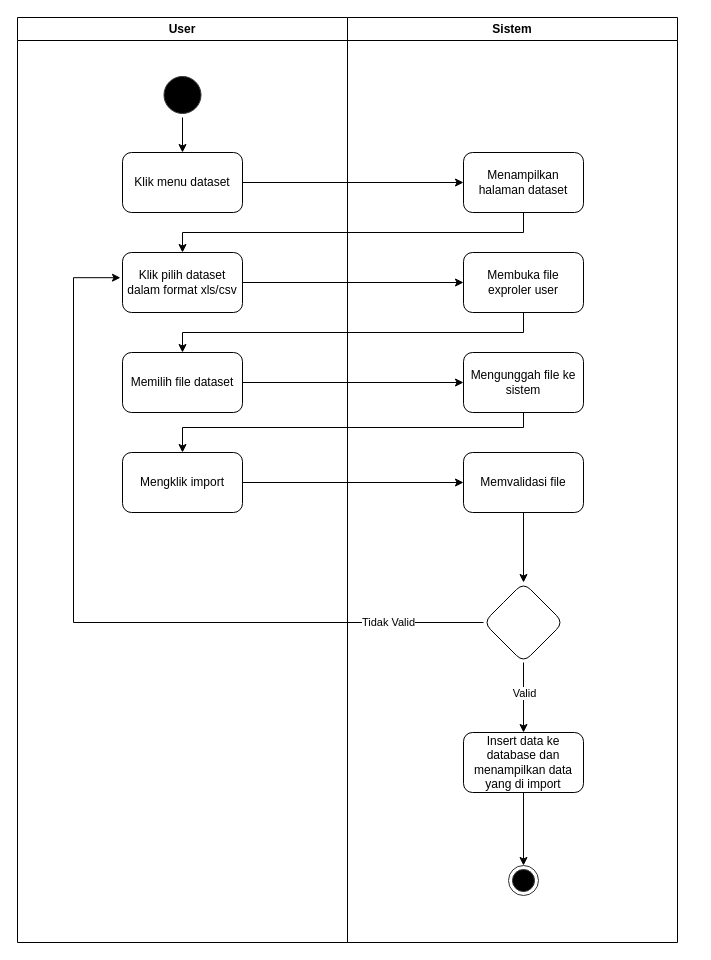
The draw.io diagram Activity Diagram/master/activity-diagram-dataset.drawio in chandrarafi/uml-chintia, before the edit. Source tidied: cells renumbered, new cells numbered last; positions are measured from the earlier drawing's top-left corner, leaving out a move shared by most shapes. Both pictures are drawn from the tidied source at 100%, with x=0, y=0 at pixel (17, 17).
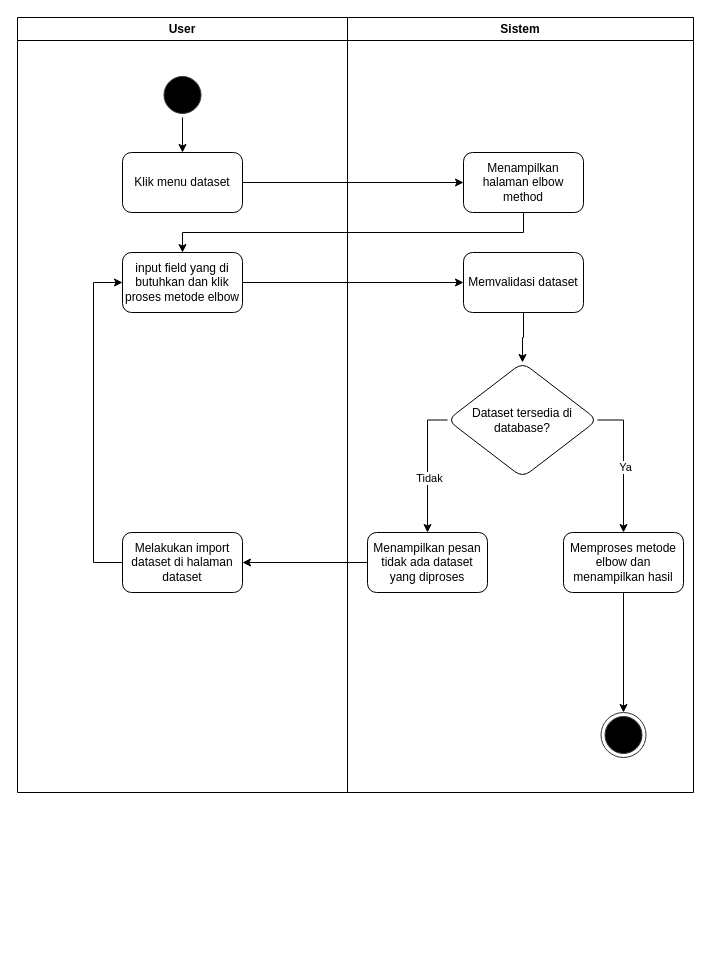
The same diagram, later.

What changed in the source:
```diff
@@
     <mxCell id="2" value="User" style="swimlane;whiteSpace=wrap;html=1;" parent="1" vertex="1">
-      <mxGeometry width="330" height="925" as="geometry" />
+      <mxGeometry width="330" height="775" as="geometry" />
     </mxCell>
@@
-    <mxCell id="6" value="Klik pilih dataset dalam format xls/csv" style="rounded=1;whiteSpace=wrap;html=1;" parent="2" vertex="1">
+    <mxCell id="6" value="input field yang di butuhkan dan klik proses metode elbow" style="rounded=1;whiteSpace=wrap;html=1;" parent="2" vertex="1">
       <mxGeometry x="105" y="235" width="120" height="60" as="geometry" />
     </mxCell>
-    <mxCell id="7" value="Memilih file dataset" style="rounded=1;whiteSpace=wrap;html=1;" parent="2" vertex="1">
-      <mxGeometry x="105" y="335" width="120" height="60" as="geometry" />
-    </mxCell>
-    <mxCell id="8" value="Mengklik import" style="rounded=1;whiteSpace=wrap;html=1;" parent="2" vertex="1">
-      <mxGeometry x="105" y="435" width="120" height="60" as="geometry" />
-    </mxCell>
+    <mxCell id="30" style="edgeStyle=orthogonalEdgeStyle;rounded=0;jettySize=auto;html=1;entryX=0;entryY=0.5;entryDx=0;entryDy=0;" parent="2" edge="1" source="31" target="6">
+      <mxGeometry relative="1" as="geometry">
+        <Array as="points">
+          <mxPoint x="76" y="545" />
+          <mxPoint x="76" y="265" />
+        </Array>
+      </mxGeometry>
+    </mxCell>
+    <mxCell id="31" value="Melakukan import dataset di halaman dataset" style="rounded=1;whiteSpace=wrap;html=1;" parent="2" vertex="1">
+      <mxGeometry x="105" y="515" width="120" height="60" as="geometry" />
+    </mxCell>
     <mxCell id="9" value="Sistem" style="swimlane;whiteSpace=wrap;html=1;" parent="1" vertex="1">
-      <mxGeometry x="330" width="330" height="925" as="geometry" />
+      <mxGeometry x="330" width="346" height="775" as="geometry" />
     </mxCell>
-    <mxCell id="10" value="Menampilkan halaman dataset" style="rounded=1;whiteSpace=wrap;html=1;" parent="9" vertex="1">
+    <mxCell id="10" value="Menampilkan halaman elbow method" style="rounded=1;whiteSpace=wrap;html=1;" parent="9" vertex="1">
       <mxGeometry x="116" y="135" width="120" height="60" as="geometry" />
     </mxCell>
+    <mxCell id="32" style="edgeStyle=orthogonalEdgeStyle;rounded=0;jettySize=auto;html=1;exitX=0.5;exitY=1;exitDx=0;exitDy=0;entryX=0.5;entryY=0;entryDx=0;entryDy=0;" parent="9" edge="1" source="11" target="17">
+      <mxGeometry relative="1" as="geometry" />
+    </mxCell>
-    <mxCell id="11" value="Membuka file exproler user" style="rounded=1;whiteSpace=wrap;html=1;" parent="9" vertex="1">
+    <mxCell id="11" value="Memvalidasi dataset" style="rounded=1;whiteSpace=wrap;html=1;" parent="9" vertex="1">
       <mxGeometry x="116" y="235" width="120" height="60" as="geometry" />
     </mxCell>
-    <mxCell id="12" value="Mengunggah file ke sistem" style="rounded=1;whiteSpace=wrap;html=1;" parent="9" vertex="1">
-      <mxGeometry x="116" y="335" width="120" height="60" as="geometry" />
-    </mxCell>
-    <mxCell id="13" style="edgeStyle=orthogonalEdgeStyle;rounded=0;jettySize=auto;html=1;" parent="9" edge="1" source="14" target="17">
-      <mxGeometry relative="1" as="geometry" />
-    </mxCell>
-    <mxCell id="14" value="Memvalidasi file" style="rounded=1;whiteSpace=wrap;html=1;" parent="9" vertex="1">
-      <mxGeometry x="116" y="435" width="120" height="60" as="geometry" />
-    </mxCell>
-    <mxCell id="15" style="edgeStyle=orthogonalEdgeStyle;rounded=0;jettySize=auto;html=1;entryX=0.5;entryY=0;entryDx=0;entryDy=0;" parent="9" edge="1" source="17" target="19">
-      <mxGeometry relative="1" as="geometry" />
-    </mxCell>
-    <mxCell id="16" value="Valid" style="edgeLabel;html=1;align=center;verticalAlign=middle;" parent="15" vertex="1">
-      <mxGeometry x="-0.13" relative="1" as="geometry" />
-    </mxCell>
+    <mxCell id="33" style="edgeStyle=orthogonalEdgeStyle;rounded=0;jettySize=auto;html=1;exitX=1;exitY=0.5;exitDx=0;exitDy=0;entryX=0.5;entryY=0;entryDx=0;entryDy=0;" parent="9" edge="1" source="17" target="38">
+      <mxGeometry relative="1" as="geometry" />
+    </mxCell>
+    <mxCell id="34" value="Ya" style="edgeLabel;html=1;align=center;verticalAlign=middle;" parent="33" vertex="1">
+      <mxGeometry x="0.05" y="1" relative="1" as="geometry" />
+    </mxCell>
+    <mxCell id="35" style="edgeStyle=orthogonalEdgeStyle;rounded=0;jettySize=auto;html=1;exitX=0;exitY=0.5;exitDx=0;exitDy=0;entryX=0.5;entryY=0;entryDx=0;entryDy=0;" parent="9" edge="1" source="17" target="39">
+      <mxGeometry relative="1" as="geometry" />
+    </mxCell>
+    <mxCell id="36" value="Tidak" style="edgeLabel;html=1;align=center;verticalAlign=middle;" parent="35" vertex="1">
+      <mxGeometry x="0.18" y="1" relative="1" as="geometry" />
+    </mxCell>
-    <mxCell id="17" style="rhombus;whiteSpace=wrap;html=1;rounded=1;" parent="9" vertex="1">
-      <mxGeometry x="136" y="565" width="80" height="80" as="geometry" />
+    <mxCell id="17" value="Dataset tersedia di database?" style="rhombus;whiteSpace=wrap;html=1;rounded=1;" parent="9" vertex="1">
+      <mxGeometry x="100" y="345" width="150" height="115" as="geometry" />
     </mxCell>
-    <mxCell id="18" style="edgeStyle=orthogonalEdgeStyle;rounded=0;jettySize=auto;html=1;exitX=0.5;exitY=1;exitDx=0;exitDy=0;entryX=0.5;entryY=0;entryDx=0;entryDy=0;" parent="9" edge="1" source="19" target="20">
-      <mxGeometry relative="1" as="geometry" />
-    </mxCell>
-    <mxCell id="19" value="Insert data ke database dan menampilkan data yang di import" style="rounded=1;whiteSpace=wrap;html=1;" parent="9" vertex="1">
-      <mxGeometry x="116" y="715" width="120" height="60" as="geometry" />
-    </mxCell>
-    <mxCell id="20" style="ellipse;html=1;shape=endState;fillColor=#000000;strokeColor=#333333;" parent="9" vertex="1">
-      <mxGeometry x="161" y="848" width="30" height="30" as="geometry" />
-    </mxCell>
+    <mxCell id="37" style="edgeStyle=orthogonalEdgeStyle;rounded=0;jettySize=auto;html=1;entryX=0.5;entryY=0;entryDx=0;entryDy=0;" parent="9" edge="1" source="38" target="40">
+      <mxGeometry relative="1" as="geometry" />
+    </mxCell>
+    <mxCell id="38" value="Memproses metode elbow dan menampilkan hasil" style="rounded=1;whiteSpace=wrap;html=1;" parent="9" vertex="1">
+      <mxGeometry x="216" y="515" width="120" height="60" as="geometry" />
+    </mxCell>
+    <mxCell id="39" value="Menampilkan pesan tidak ada dataset yang diproses" style="rounded=1;whiteSpace=wrap;html=1;" parent="9" vertex="1">
+      <mxGeometry x="20" y="515" width="120" height="60" as="geometry" />
+    </mxCell>
+    <mxCell id="40" style="ellipse;html=1;shape=endState;fillColor=#000000;strokeColor=#333333;" parent="9" vertex="1">
+      <mxGeometry x="253.5" y="695" width="45" height="45" as="geometry" />
+    </mxCell>
@@
-    <mxCell id="24" style="edgeStyle=orthogonalEdgeStyle;rounded=0;jettySize=auto;html=1;" parent="1" edge="1" source="11" target="7">
-      <mxGeometry relative="1" as="geometry">
-        <Array as="points">
-          <mxPoint x="506" y="315" />
-          <mxPoint x="165" y="315" />
-        </Array>
-      </mxGeometry>
-    </mxCell>
-    <mxCell id="25" style="edgeStyle=orthogonalEdgeStyle;rounded=0;jettySize=auto;html=1;" parent="1" edge="1" source="7" target="12">
-      <mxGeometry relative="1" as="geometry" />
-    </mxCell>
-    <mxCell id="26" style="edgeStyle=orthogonalEdgeStyle;rounded=0;jettySize=auto;html=1;exitX=0.5;exitY=1;exitDx=0;exitDy=0;entryX=0.5;entryY=0;entryDx=0;entryDy=0;" parent="1" edge="1" source="12" target="8">
-      <mxGeometry relative="1" as="geometry">
-        <Array as="points">
-          <mxPoint x="506" y="410" />
-          <mxPoint x="165" y="410" />
-        </Array>
-      </mxGeometry>
-    </mxCell>
-    <mxCell id="27" style="edgeStyle=orthogonalEdgeStyle;rounded=0;jettySize=auto;html=1;entryX=0;entryY=0.5;entryDx=0;entryDy=0;" parent="1" edge="1" source="8" target="14">
-      <mxGeometry relative="1" as="geometry" />
-    </mxCell>
-    <mxCell id="28" style="edgeStyle=orthogonalEdgeStyle;rounded=0;jettySize=auto;html=1;exitX=0;exitY=0.5;exitDx=0;exitDy=0;entryX=-0.017;entryY=0.42;entryDx=0;entryDy=0;entryPerimeter=0;" parent="1" edge="1" source="17" target="6">
-      <mxGeometry relative="1" as="geometry">
-        <Array as="points">
-          <mxPoint x="56" y="605" />
-          <mxPoint x="56" y="260" />
-        </Array>
-      </mxGeometry>
-    </mxCell>
-    <mxCell id="29" value="Tidak Valid" style="edgeLabel;html=1;align=center;verticalAlign=middle;" parent="28" vertex="1">
-      <mxGeometry x="-0.76" y="-1" relative="1" as="geometry" />
-    </mxCell>
+    <mxCell id="41" style="edgeStyle=orthogonalEdgeStyle;rounded=0;jettySize=auto;html=1;" parent="1" edge="1" source="39" target="31">
+      <mxGeometry relative="1" as="geometry" />
+    </mxCell>
```
